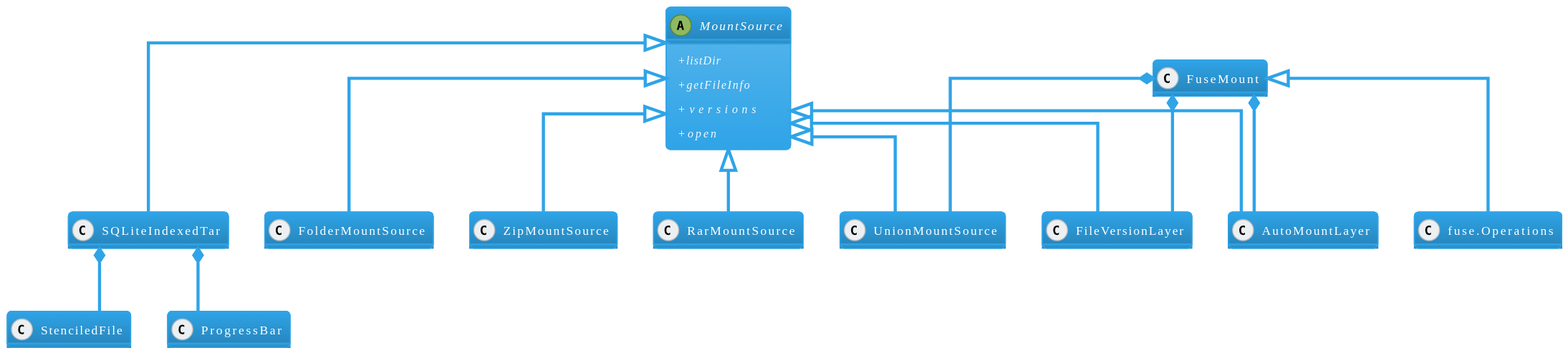
Earlier version of the PlantUML export core/doc/MountSource.svg (mxmlnkn/ratarmount).
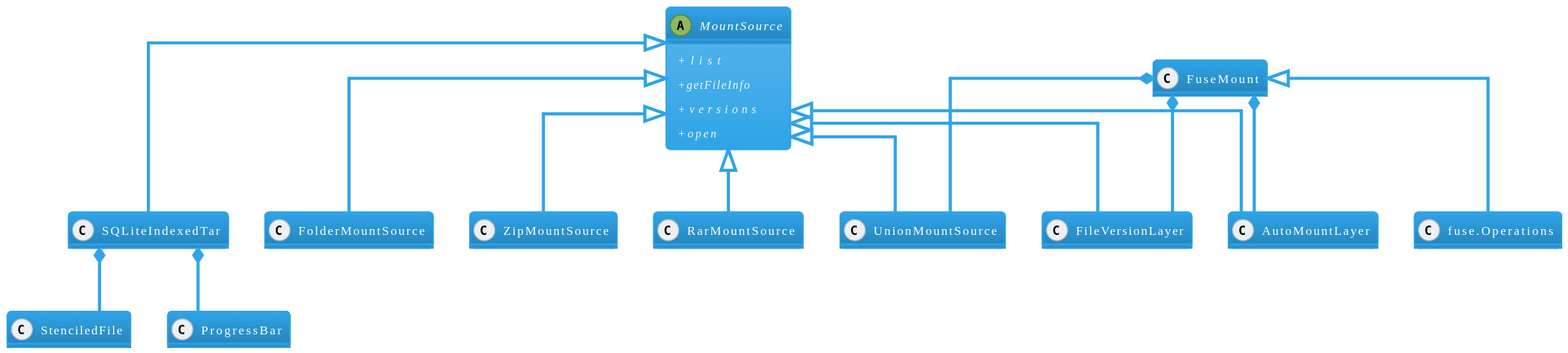
After the change.

Diff of the diagram source:
```diff
@@ -21,7 +21,7 @@
 class ProgressBar
 
 abstract class MountSource {
-    +{abstract} listDir
+    +{abstract} list
     +{abstract} getFileInfo
     +{abstract} versions
     +{abstract} open
```
